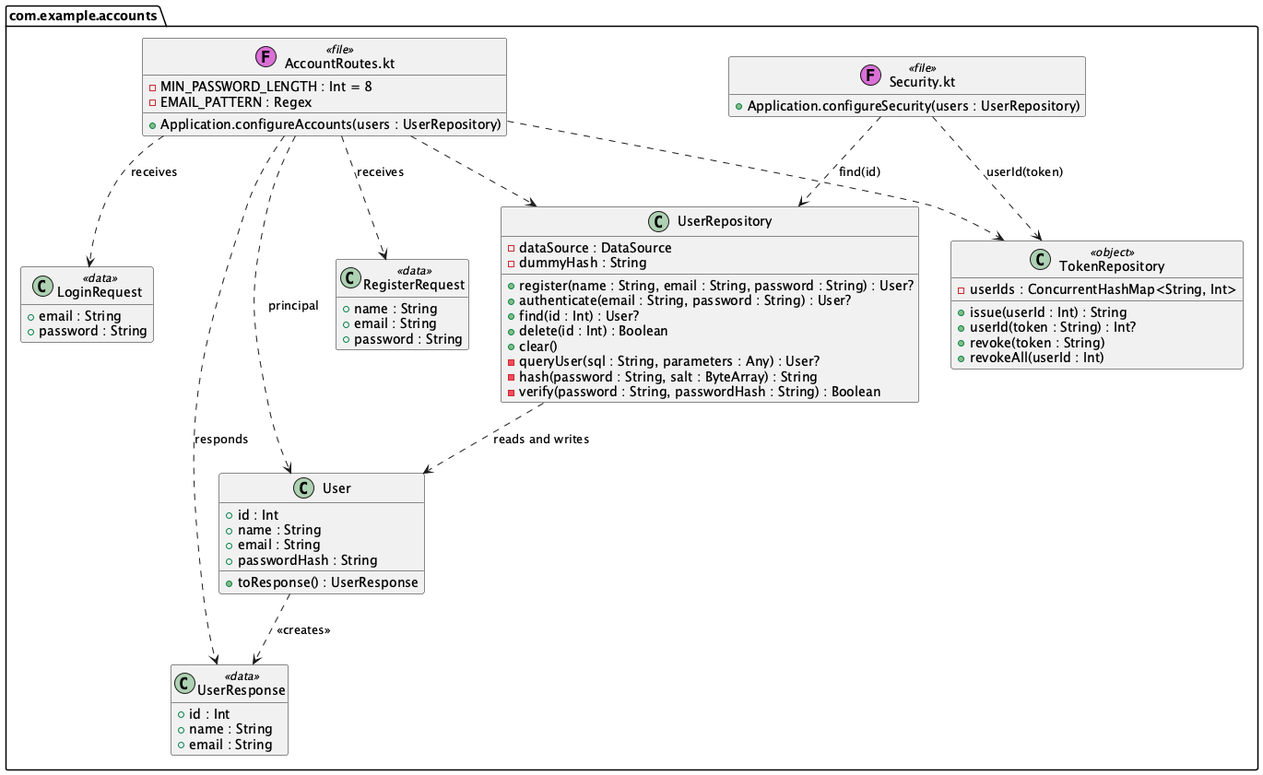
Above: docs/diagrams/class-accounts.png in Rent-a-car-38291/rent-a-car (PlantUML), before the change.
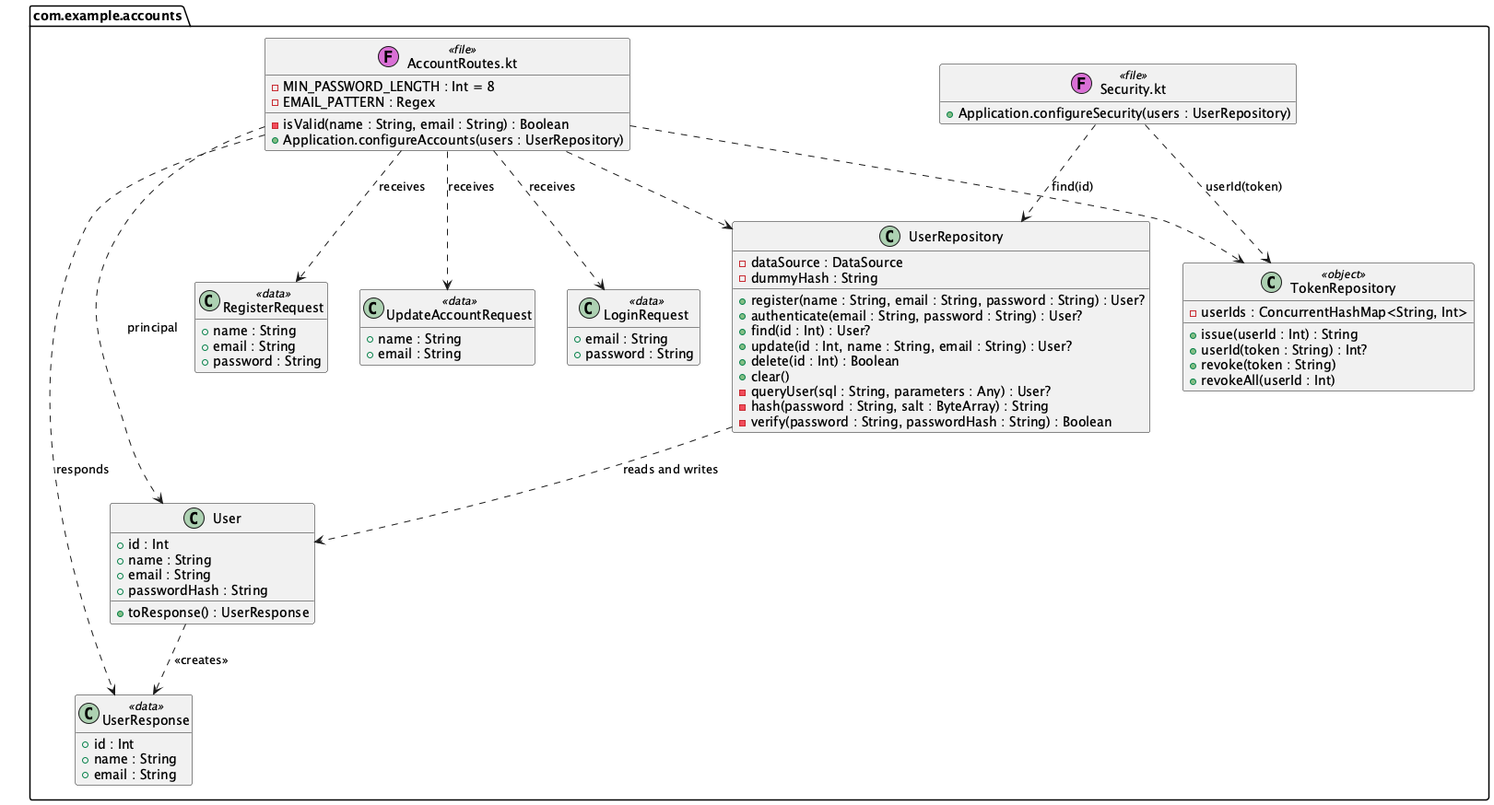
After the commit.

Commit message:
feat: add PUT /accounts/{id} to update your own account (#61)

The edit, as a diff of the source:
```diff
@@ -6,6 +6,7 @@
   class "AccountRoutes.kt" as AccountRoutes <<(F,orchid) file>> {
     - MIN_PASSWORD_LENGTH : Int = 8
     - EMAIL_PATTERN : Regex
+    - isValid(name : String, email : String) : Boolean
     + Application.configureAccounts(users : UserRepository)
   }
   class "Security.kt" as Security <<(F,orchid) file>> {
@@ -23,6 +24,10 @@
     + email : String
     + password : String
   }
+  class UpdateAccountRequest <<data>> {
+    + name : String
+    + email : String
+  }
   class LoginRequest <<data>> {
     + email : String
     + password : String
@@ -38,6 +43,7 @@
     + register(name : String, email : String, password : String) : User?
     + authenticate(email : String, password : String) : User?
     + find(id : Int) : User?
+    + update(id : Int, name : String, email : String) : User?
     + delete(id : Int) : Boolean
     + clear()
     - queryUser(sql : String, parameters : Any) : User?
@@ -57,6 +63,7 @@
 User ..> UserResponse : <<creates>>
 AccountRoutes ..> RegisterRequest : receives
 AccountRoutes ..> LoginRequest : receives
+AccountRoutes ..> UpdateAccountRequest : receives
 AccountRoutes ..> UserResponse : responds
 AccountRoutes ..> User : principal
 AccountRoutes ..> UserRepository
```
